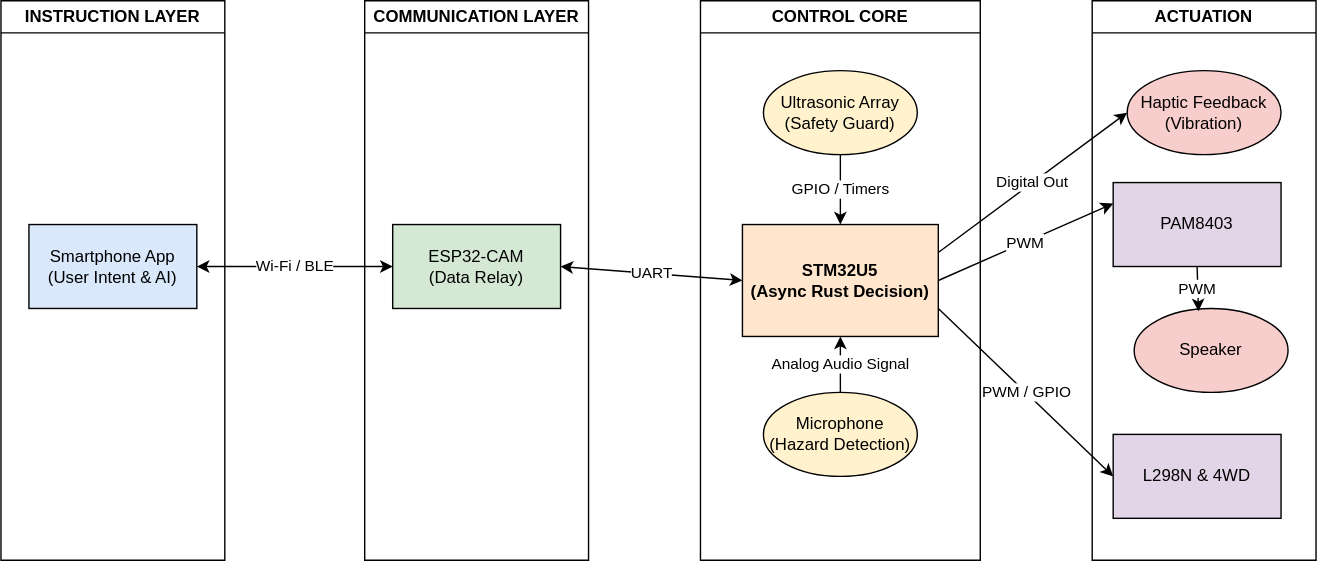
Earlier version of the draw.io export website/versioned_docs/version-fils_en/project/2026/dorian_gabriel.toros/images/orionarchitecture.svg (UPB-PMRust/website). Source tidied: cells renumbered, new cells last; positions are measured from the earlier drawing's top-left corner, leaving out a move shared by most shapes.
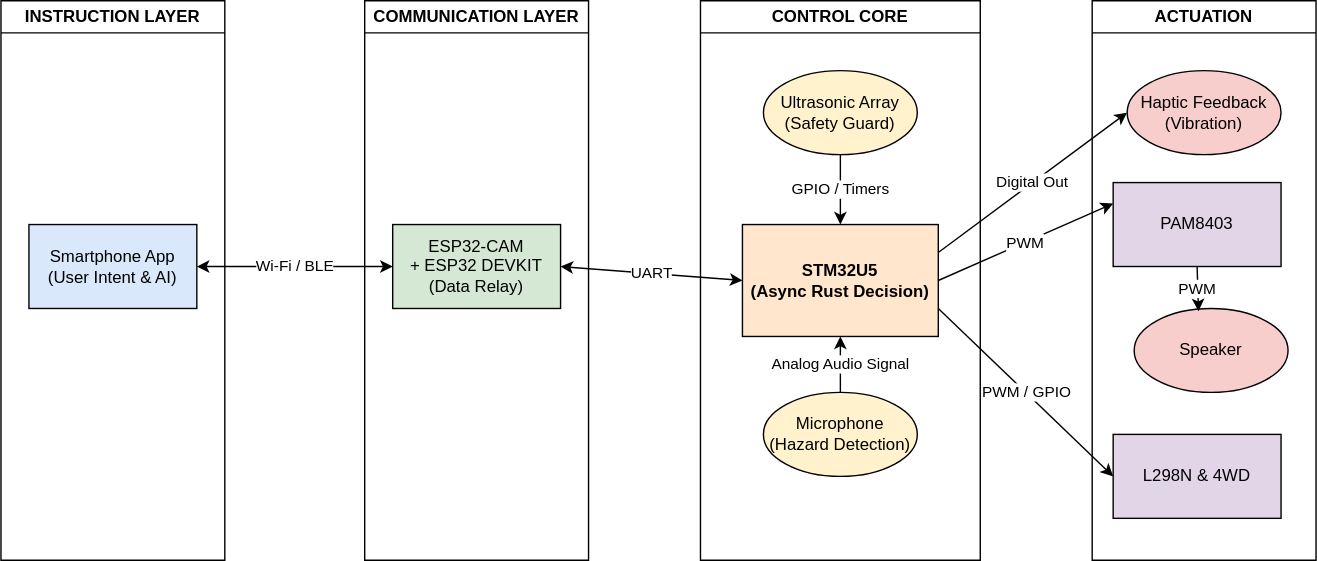
The same diagram one commit later.

Change to the diagram source:
```diff
@@ -11,9 +11,9 @@
     <mxCell id="4" value="COMMUNICATION LAYER" style="swimlane;whiteSpace=wrap;html=1;startSize=23;" parent="1" vertex="1">
       <mxGeometry x="260" width="160" height="400" as="geometry" />
     </mxCell>
-    <mxCell id="5" value="ESP32-CAM&lt;br&gt;(Data Relay)" style="rounded=0;whiteSpace=wrap;html=1;fillColor=#d5e8d4;" parent="4" vertex="1">
-      <mxGeometry x="20" y="160" width="120" height="60" as="geometry" />
-    </mxCell>
+    <mxCell id="23" value="ESP32-CAM&lt;div&gt;+ ESP32 DEVKIT&lt;br&gt;(Data Relay)&lt;/div&gt;" style="rounded=0;whiteSpace=wrap;html=1;fillColor=#d5e8d4;" parent="4" vertex="1">
+      <mxGeometry x="20" y="160" width="120" height="60" as="geometry" />
+    </mxCell>
     <mxCell id="6" value="CONTROL CORE" style="swimlane;whiteSpace=wrap;html=1;startSize=23;" parent="1" vertex="1">
       <mxGeometry x="500" width="200" height="400" as="geometry" />
     </mxCell>
@@ -47,10 +47,10 @@
     <mxCell id="16" value="PWM" style="endArrow=classic;html=1;exitX=0.5;exitY=1;exitDx=0;exitDy=0;entryX=0.418;entryY=0.033;entryDx=0;entryDy=0;entryPerimeter=0;" parent="11" edge="1" source="14" target="15">
       <mxGeometry relative="1" as="geometry" />
     </mxCell>
-    <mxCell id="17" value="Wi-Fi / BLE" style="endArrow=classic;startArrow=classic;html=1;exitX=1;exitY=0.5;entryX=0;entryY=0.5;" parent="1" edge="1" source="3" target="5">
+    <mxCell id="17" value="Wi-Fi / BLE" style="endArrow=classic;startArrow=classic;html=1;exitX=1;exitY=0.5;entryX=0;entryY=0.5;" parent="1" edge="1" source="3" target="23">
       <mxGeometry relative="1" as="geometry" />
     </mxCell>
-    <mxCell id="18" value="UART" style="endArrow=classic;startArrow=classic;html=1;exitX=1;exitY=0.5;entryX=0;entryY=0.5;" parent="1" edge="1" source="5" target="7">
+    <mxCell id="18" value="UART" style="endArrow=classic;startArrow=classic;html=1;exitX=1;exitY=0.5;entryX=0;entryY=0.5;" parent="1" edge="1" source="23" target="7">
       <mxGeometry relative="1" as="geometry" />
     </mxCell>
     <mxCell id="19" value="GPIO / Timers" style="endArrow=classic;html=1;exitX=0.5;exitY=1;entryX=0.5;entryY=0;" parent="1" edge="1" source="8" target="7">
```
